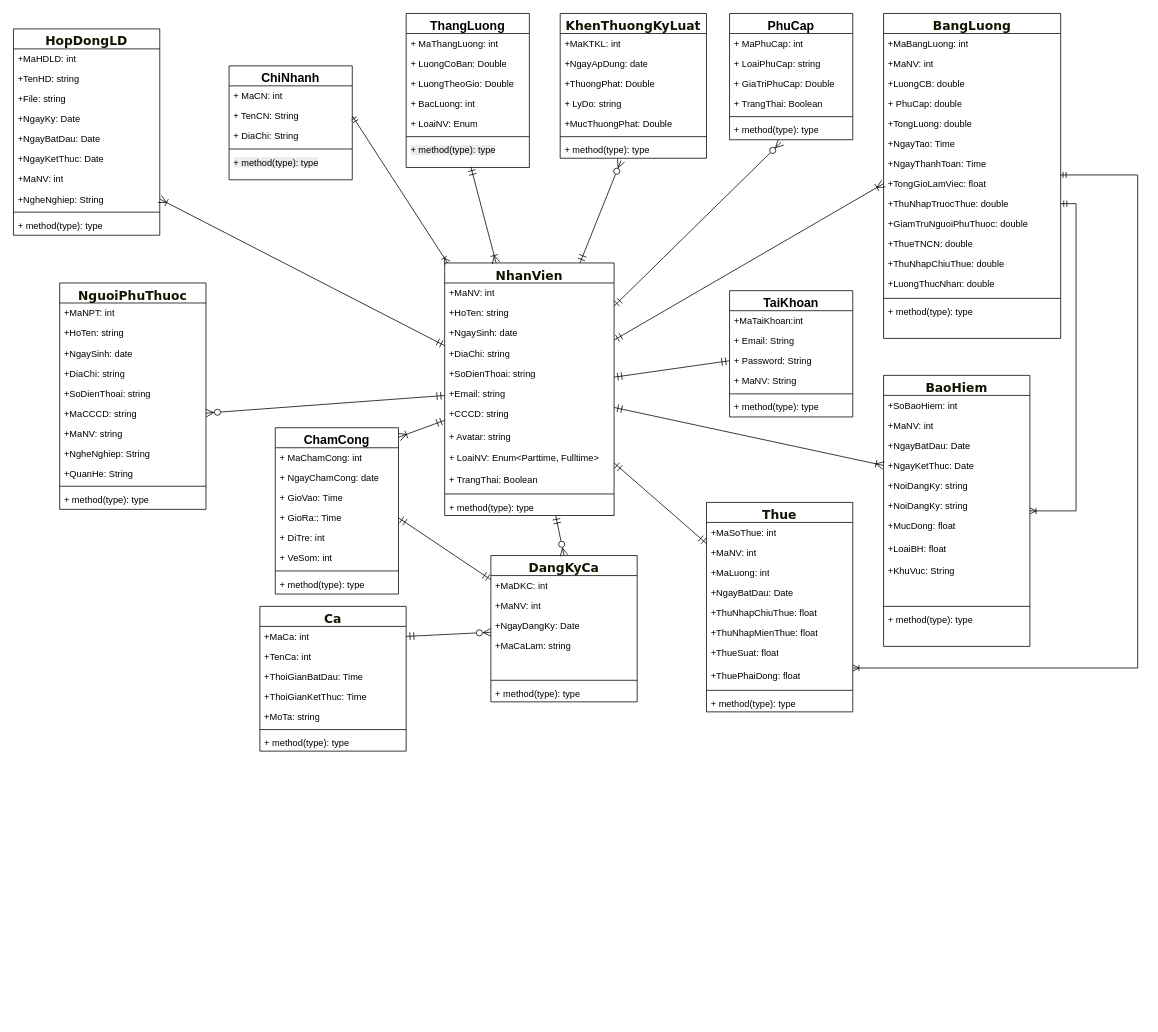
Earlier version of the draw.io diagram Biểu đồ không có tiêu đề.drawio (NguyenMint/LVTN). Source tidied: cells renumbered, new cells numbered last; positions are measured from the earlier drawing's top-left corner, leaving out a move shared by most shapes. Both pictures are drawn from the tidied source at 77%, with x=0, y=0 at pixel (13, 13).
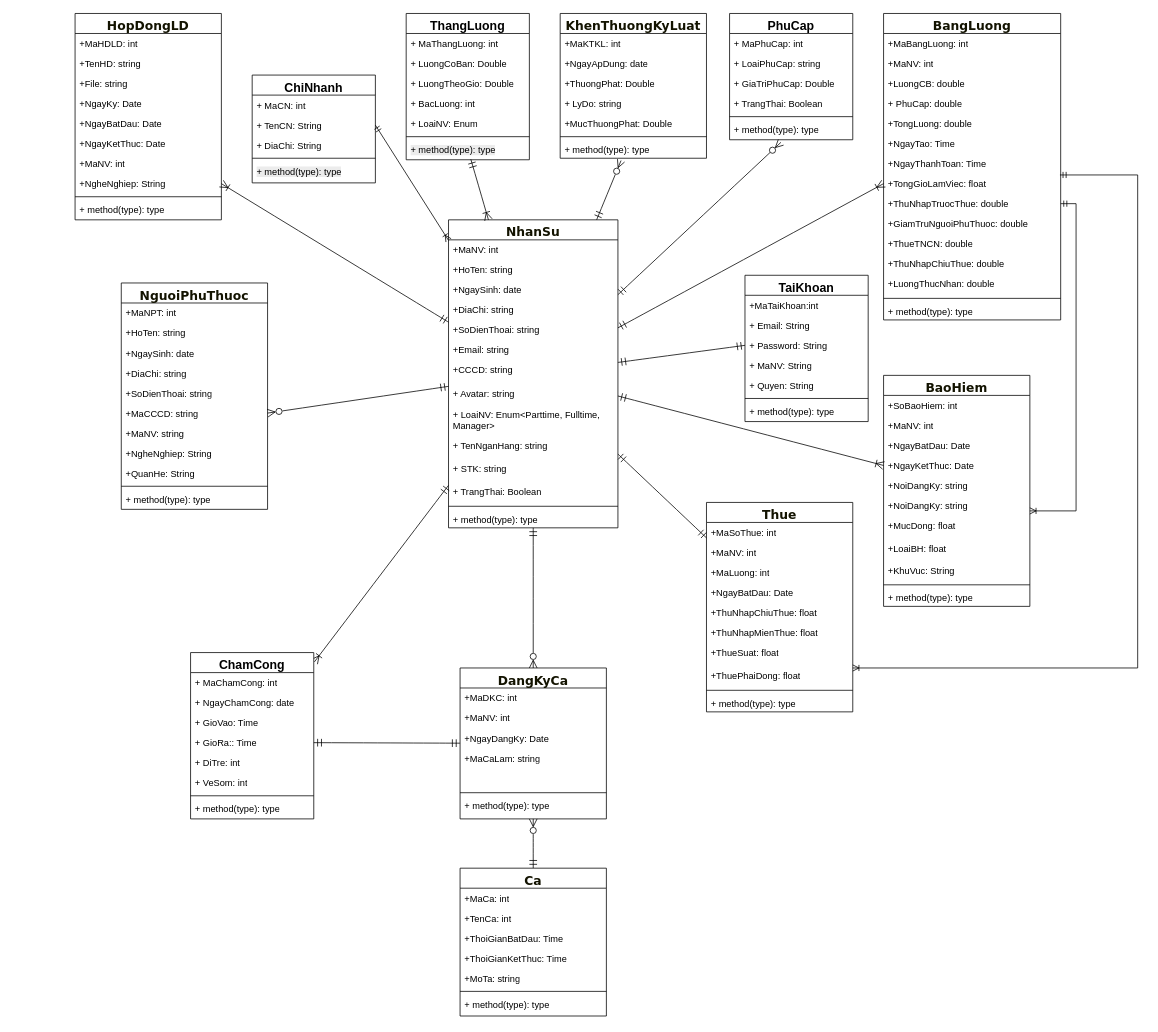
After the change.

Commit message:
Cập nhật Biểu đồ không có tiêu đề.drawio

Unchanged cells that the change refers to:
```xml
<mxCell id="103" value="+MaCa: int" style="text;strokeColor=none;fillColor=none;align=left;verticalAlign=top;spacingLeft=4;spacingRight=4;overflow=hidden;points=[[0,0.5],[1,0.5]];portConstraint=eastwest;whiteSpace=wrap;html=1;" parent="102" vertex="1">
  <mxGeometry y="26" width="190" height="26" as="geometry" />
</mxCell>
```

The edit, as a diff of the source:
```diff
@@
-    <mxCell id="7" value="&lt;span style=&quot;color: rgb(19, 19, 0); font-family: &amp;quot;trebuchet ms&amp;quot;, verdana, arial, sans-serif; font-size: 16px; text-wrap-mode: nowrap;&quot;&gt;NhanVien&lt;/span&gt;" style="swimlane;fontStyle=1;align=center;verticalAlign=top;horizontal=1;startSize=26;whiteSpace=wrap;html=1;swimlaneLine=1;" parent="1" vertex="1">
-      <mxGeometry x="560" y="324" width="220" height="328" as="geometry" />
+    <mxCell id="7" value="&lt;span style=&quot;color: rgb(19, 19, 0); font-family: &amp;quot;trebuchet ms&amp;quot;, verdana, arial, sans-serif; font-size: 16px; text-wrap-mode: nowrap;&quot;&gt;NhanSu&lt;/span&gt;" style="swimlane;fontStyle=1;align=center;verticalAlign=top;horizontal=1;startSize=26;whiteSpace=wrap;html=1;swimlaneLine=1;" parent="1" vertex="1">
+      <mxGeometry x="565" y="268" width="220" height="400" as="geometry" />
     </mxCell>
@@
-    <mxCell id="16" value="+ LoaiNV: Enum&amp;lt;Parttime, Fulltime&amp;gt;" style="text;strokeColor=none;fillColor=none;align=left;verticalAlign=top;spacingLeft=4;spacingRight=4;overflow=hidden;whiteSpace=wrap;html=1;" parent="7" vertex="1">
-      <mxGeometry y="240" width="220" height="28" as="geometry" />
+    <mxCell id="16" value="+ LoaiNV: Enum&amp;lt;Parttime, Fulltime, Manager&amp;gt;" style="text;strokeColor=none;fillColor=none;align=left;verticalAlign=top;spacingLeft=4;spacingRight=4;overflow=hidden;whiteSpace=wrap;html=1;" parent="7" vertex="1">
+      <mxGeometry y="240" width="220" height="40" as="geometry" />
     </mxCell>
+    <mxCell id="157" value="+ TenNganHang: string" style="text;strokeColor=none;fillColor=none;align=left;verticalAlign=top;spacingLeft=4;spacingRight=4;overflow=hidden;whiteSpace=wrap;html=1;" parent="7" vertex="1">
+      <mxGeometry y="280" width="220" height="30" as="geometry" />
+    </mxCell>
+    <mxCell id="158" value="+ STK: string" style="text;strokeColor=none;fillColor=none;align=left;verticalAlign=top;spacingLeft=4;spacingRight=4;overflow=hidden;whiteSpace=wrap;html=1;" parent="7" vertex="1">
+      <mxGeometry y="310" width="220" height="30" as="geometry" />
+    </mxCell>
     <mxCell id="17" value="+ TrangThai: Boolean" style="text;strokeColor=none;fillColor=none;align=left;verticalAlign=top;spacingLeft=4;spacingRight=4;overflow=hidden;whiteSpace=wrap;html=1;" parent="7" vertex="1">
-      <mxGeometry y="268" width="220" height="28" as="geometry" />
+      <mxGeometry y="340" width="220" height="28" as="geometry" />
     </mxCell>
     <mxCell id="18" style="line;strokeWidth=1;fillColor=none;align=left;verticalAlign=middle;spacingTop=-1;spacingLeft=3;spacingRight=3;labelPosition=right;strokeColor=inherit;" parent="7" vertex="1">
-      <mxGeometry y="296" width="220" height="8" as="geometry" />
+      <mxGeometry y="368" width="220" height="8" as="geometry" />
     </mxCell>
     <mxCell id="19" value="+ method(type): type" style="text;strokeColor=none;fillColor=none;align=left;verticalAlign=top;spacingLeft=4;spacingRight=4;overflow=hidden;whiteSpace=wrap;html=1;" parent="7" vertex="1">
-      <mxGeometry y="304" width="220" height="24" as="geometry" />
+      <mxGeometry y="376" width="220" height="24" as="geometry" />
     </mxCell>
     <mxCell id="20" value="&lt;span style=&quot;color: rgb(19, 19, 0); font-family: &amp;quot;trebuchet ms&amp;quot;, verdana, arial, sans-serif; font-size: 16px; text-wrap-mode: nowrap;&quot;&gt;NguoiPhuThuoc&lt;/span&gt;" style="swimlane;fontStyle=1;align=center;verticalAlign=top;horizontal=1;startSize=26;whiteSpace=wrap;html=1;" parent="1" vertex="1">
-      <mxGeometry x="60" y="350" width="190" height="294" as="geometry" />
+      <mxGeometry x="140" y="350" width="190" height="294" as="geometry" />
     </mxCell>
@@
     <mxCell id="32" value="&lt;span style=&quot;color: rgb(19, 19, 0); font-family: &amp;quot;trebuchet ms&amp;quot;, verdana, arial, sans-serif; font-size: 16px; text-wrap-mode: nowrap;&quot;&gt;HopDongLD&lt;/span&gt;" style="swimlane;fontStyle=1;align=center;verticalAlign=top;horizontal=1;startSize=26;whiteSpace=wrap;html=1;" parent="1" vertex="1">
-      <mxGeometry y="20" width="190" height="268" as="geometry" />
+      <mxGeometry x="80" width="190" height="268" as="geometry" />
     </mxCell>
@@
     <mxCell id="58" value="&lt;font style=&quot;font-size: 16px;&quot;&gt;ThangLuong&lt;/font&gt;" style="swimlane;fontStyle=1;align=center;verticalAlign=top;horizontal=1;startSize=26;whiteSpace=wrap;html=1;" parent="1" vertex="1">
-      <mxGeometry x="510" width="160" height="200" as="geometry" />
+      <mxGeometry x="510" width="160" height="190" as="geometry" />
     </mxCell>
@@
     <mxCell id="65" value="&lt;span style=&quot;color: rgb(0, 0, 0); font-family: Helvetica; font-size: 12px; font-style: normal; font-variant-ligatures: normal; font-variant-caps: normal; font-weight: 400; letter-spacing: normal; orphans: 2; text-align: left; text-indent: 0px; text-transform: none; widows: 2; word-spacing: 0px; -webkit-text-stroke-width: 0px; white-space: normal; background-color: rgb(236, 236, 236); text-decoration-thickness: initial; text-decoration-style: initial; text-decoration-color: initial; float: none; display: inline !important;&quot;&gt;+ method(type): type&lt;/span&gt;" style="text;strokeColor=none;fillColor=none;align=left;verticalAlign=top;spacingLeft=4;spacingRight=4;overflow=hidden;points=[[0,0.5],[1,0.5]];portConstraint=eastwest;whiteSpace=wrap;html=1;" parent="58" vertex="1">
-      <mxGeometry y="164" width="160" height="36" as="geometry" />
+      <mxGeometry y="164" width="160" height="26" as="geometry" />
     </mxCell>
@@
     <mxCell id="78" value="&lt;span style=&quot;color: rgb(19, 19, 0); font-family: &amp;quot;trebuchet ms&amp;quot;, verdana, arial, sans-serif; font-size: 16px; text-wrap-mode: nowrap;&quot;&gt;BaoHiem&lt;/span&gt;" style="swimlane;fontStyle=1;align=center;verticalAlign=top;horizontal=1;startSize=26;whiteSpace=wrap;html=1;" parent="1" vertex="1">
-      <mxGeometry x="1130" y="470" width="190" height="352" as="geometry" />
+      <mxGeometry x="1130" y="470" width="190" height="300" as="geometry" />
     </mxCell>
@@
-    <mxCell id="88" style="text;strokeColor=none;fillColor=none;align=left;verticalAlign=top;spacingLeft=4;spacingRight=4;overflow=hidden;whiteSpace=wrap;html=1;" parent="78" vertex="1">
-      <mxGeometry y="268" width="190" height="28" as="geometry" />
-    </mxCell>
     <mxCell id="89" style="line;strokeWidth=1;fillColor=none;align=left;verticalAlign=middle;spacingTop=-1;spacingLeft=3;spacingRight=3;labelPosition=right;strokeColor=inherit;" parent="78" vertex="1">
-      <mxGeometry y="296" width="190" height="8" as="geometry" />
+      <mxGeometry y="268" width="190" height="8" as="geometry" />
     </mxCell>
     <mxCell id="90" value="+ method(type): type" style="text;strokeColor=none;fillColor=none;align=left;verticalAlign=top;spacingLeft=4;spacingRight=4;overflow=hidden;whiteSpace=wrap;html=1;" parent="78" vertex="1">
-      <mxGeometry y="304" width="190" height="24" as="geometry" />
+      <mxGeometry y="276" width="190" height="24" as="geometry" />
     </mxCell>
-    <mxCell id="91" style="text;strokeColor=none;fillColor=none;align=left;verticalAlign=top;spacingLeft=4;spacingRight=4;overflow=hidden;whiteSpace=wrap;html=1;" parent="78" vertex="1">
-      <mxGeometry y="328" width="190" height="24" as="geometry" />
-    </mxCell>
-    <mxCell id="92" style="edgeStyle=none;curved=1;rounded=0;jettySize=auto;html=1;entryX=1;entryY=0.5;entryDx=0;entryDy=0;fontSize=12;startSize=8;endSize=8;endArrow=ERmandOne;endFill=0;startArrow=ERzeroToMany;startFill=0;" parent="1" edge="1" source="94" target="103">
+    <mxCell id="92" style="edgeStyle=none;curved=1;rounded=0;jettySize=auto;html=1;fontSize=12;startSize=8;endSize=8;endArrow=ERmandOne;endFill=0;startArrow=ERzeroToMany;startFill=0;" parent="1" edge="1" source="94" target="102">
       <mxGeometry relative="1" as="geometry" />
     </mxCell>
@@
     <mxCell id="94" value="&lt;span style=&quot;color: rgb(19, 19, 0); font-family: &amp;quot;trebuchet ms&amp;quot;, verdana, arial, sans-serif; font-size: 16px; text-wrap-mode: nowrap;&quot;&gt;DangKyCa&lt;/span&gt;&lt;div&gt;&lt;span style=&quot;color: rgb(19, 19, 0); font-family: &amp;quot;trebuchet ms&amp;quot;, verdana, arial, sans-serif; font-size: 16px; text-wrap-mode: nowrap;&quot;&gt;&lt;br&gt;&lt;/span&gt;&lt;/div&gt;" style="swimlane;fontStyle=1;align=center;verticalAlign=top;horizontal=1;startSize=26;whiteSpace=wrap;html=1;" parent="1" vertex="1">
-      <mxGeometry x="620" y="704" width="190" height="190" as="geometry" />
+      <mxGeometry x="580" y="850" width="190" height="196" as="geometry" />
     </mxCell>
@@
     <mxCell id="101" value="+ method(type): type" style="text;strokeColor=none;fillColor=none;align=left;verticalAlign=top;spacingLeft=4;spacingRight=4;overflow=hidden;whiteSpace=wrap;html=1;" parent="94" vertex="1">
-      <mxGeometry y="166" width="190" height="24" as="geometry" />
+      <mxGeometry y="166" width="190" height="30" as="geometry" />
     </mxCell>
     <mxCell id="102" value="&lt;div&gt;&lt;span style=&quot;color: rgb(19, 19, 0); font-family: &amp;quot;trebuchet ms&amp;quot;, verdana, arial, sans-serif; font-size: 16px; text-wrap-mode: nowrap;&quot;&gt;Ca&lt;/span&gt;&lt;/div&gt;" style="swimlane;fontStyle=1;align=center;verticalAlign=top;horizontal=1;startSize=26;whiteSpace=wrap;html=1;" parent="1" vertex="1">
-      <mxGeometry x="320" y="770" width="190" height="188" as="geometry" />
+      <mxGeometry x="580" y="1110" width="190" height="192" as="geometry" />
     </mxCell>
@@
     <mxCell id="109" value="+ method(type): type" style="text;strokeColor=none;fillColor=none;align=left;verticalAlign=top;spacingLeft=4;spacingRight=4;overflow=hidden;whiteSpace=wrap;html=1;" parent="102" vertex="1">
-      <mxGeometry y="164" width="190" height="24" as="geometry" />
+      <mxGeometry y="164" width="190" height="28" as="geometry" />
     </mxCell>
     <mxCell id="110" value="&lt;div&gt;&lt;span style=&quot;color: rgb(19, 19, 0); font-family: &amp;quot;trebuchet ms&amp;quot;, verdana, arial, sans-serif; font-size: 16px; text-wrap-mode: nowrap;&quot;&gt;BangLuong&lt;/span&gt;&lt;/div&gt;&lt;div&gt;&lt;span style=&quot;color: rgb(19, 19, 0); font-family: &amp;quot;trebuchet ms&amp;quot;, verdana, arial, sans-serif; font-size: 16px; text-wrap-mode: nowrap;&quot;&gt;&lt;br&gt;&lt;/span&gt;&lt;/div&gt;" style="swimlane;fontStyle=1;align=center;verticalAlign=top;horizontal=1;startSize=26;whiteSpace=wrap;html=1;" parent="1" vertex="1">
-      <mxGeometry x="1130" width="230" height="422" as="geometry" />
+      <mxGeometry x="1130" width="230" height="398" as="geometry" />
     </mxCell>
@@
-    <mxCell id="126" style="text;strokeColor=none;fillColor=none;align=left;verticalAlign=top;spacingLeft=4;spacingRight=4;overflow=hidden;whiteSpace=wrap;html=1;" parent="110" vertex="1">
-      <mxGeometry y="398" width="230" height="24" as="geometry" />
-    </mxCell>
     <mxCell id="127" value="&lt;font style=&quot;font-size: 16px;&quot;&gt;ChamCong&lt;/font&gt;" style="swimlane;fontStyle=1;align=center;verticalAlign=top;horizontal=1;startSize=26;whiteSpace=wrap;html=1;" parent="1" vertex="1">
-      <mxGeometry x="340" y="538" width="160" height="216" as="geometry" />
+      <mxGeometry x="230" y="830" width="160" height="216" as="geometry" />
     </mxCell>
@@
     <mxCell id="136" value="&lt;font style=&quot;font-size: 16px;&quot;&gt;TaiKhoan&lt;/font&gt;" style="swimlane;fontStyle=1;align=center;verticalAlign=top;horizontal=1;startSize=26;whiteSpace=wrap;html=1;" parent="1" vertex="1">
-      <mxGeometry x="930" y="360" width="160" height="164" as="geometry" />
+      <mxGeometry x="950" y="340" width="160" height="190" as="geometry" />
     </mxCell>
@@
+    <mxCell id="159" value="+ Quyen: String" style="text;strokeColor=none;fillColor=none;align=left;verticalAlign=top;spacingLeft=4;spacingRight=4;overflow=hidden;whiteSpace=wrap;html=1;" parent="136" vertex="1">
+      <mxGeometry y="130" width="160" height="26" as="geometry" />
+    </mxCell>
     <mxCell id="141" style="line;strokeWidth=1;fillColor=none;align=left;verticalAlign=middle;spacingTop=-1;spacingLeft=3;spacingRight=3;labelPosition=right;strokeColor=inherit;" parent="136" vertex="1">
-      <mxGeometry y="130" width="160" height="8" as="geometry" />
+      <mxGeometry y="156" width="160" height="8" as="geometry" />
     </mxCell>
     <mxCell id="142" value="+ method(type): type" style="text;strokeColor=none;fillColor=none;align=left;verticalAlign=top;spacingLeft=4;spacingRight=4;overflow=hidden;whiteSpace=wrap;html=1;" parent="136" vertex="1">
-      <mxGeometry y="138" width="160" height="26" as="geometry" />
+      <mxGeometry y="164" width="160" height="26" as="geometry" />
     </mxCell>
@@
     <mxCell id="149" value="&lt;font style=&quot;font-size: 16px;&quot;&gt;ChiNhanh&lt;/font&gt;" style="swimlane;fontStyle=1;align=center;verticalAlign=top;horizontal=1;startSize=26;whiteSpace=wrap;html=1;" parent="1" vertex="1">
-      <mxGeometry x="280" y="68" width="160" height="148" as="geometry" />
+      <mxGeometry x="310" y="80" width="160" height="140" as="geometry" />
     </mxCell>
@@
     <mxCell id="154" value="&lt;span style=&quot;color: rgb(0, 0, 0); font-family: Helvetica; font-size: 12px; font-style: normal; font-variant-ligatures: normal; font-variant-caps: normal; font-weight: 400; letter-spacing: normal; orphans: 2; text-align: left; text-indent: 0px; text-transform: none; widows: 2; word-spacing: 0px; -webkit-text-stroke-width: 0px; white-space: normal; background-color: rgb(236, 236, 236); text-decoration-thickness: initial; text-decoration-style: initial; text-decoration-color: initial; float: none; display: inline !important;&quot;&gt;+ method(type): type&lt;/span&gt;" style="text;strokeColor=none;fillColor=none;align=left;verticalAlign=top;spacingLeft=4;spacingRight=4;overflow=hidden;whiteSpace=wrap;html=1;" parent="149" vertex="1">
-      <mxGeometry y="112" width="160" height="36" as="geometry" />
+      <mxGeometry y="112" width="160" height="28" as="geometry" />
     </mxCell>
```
